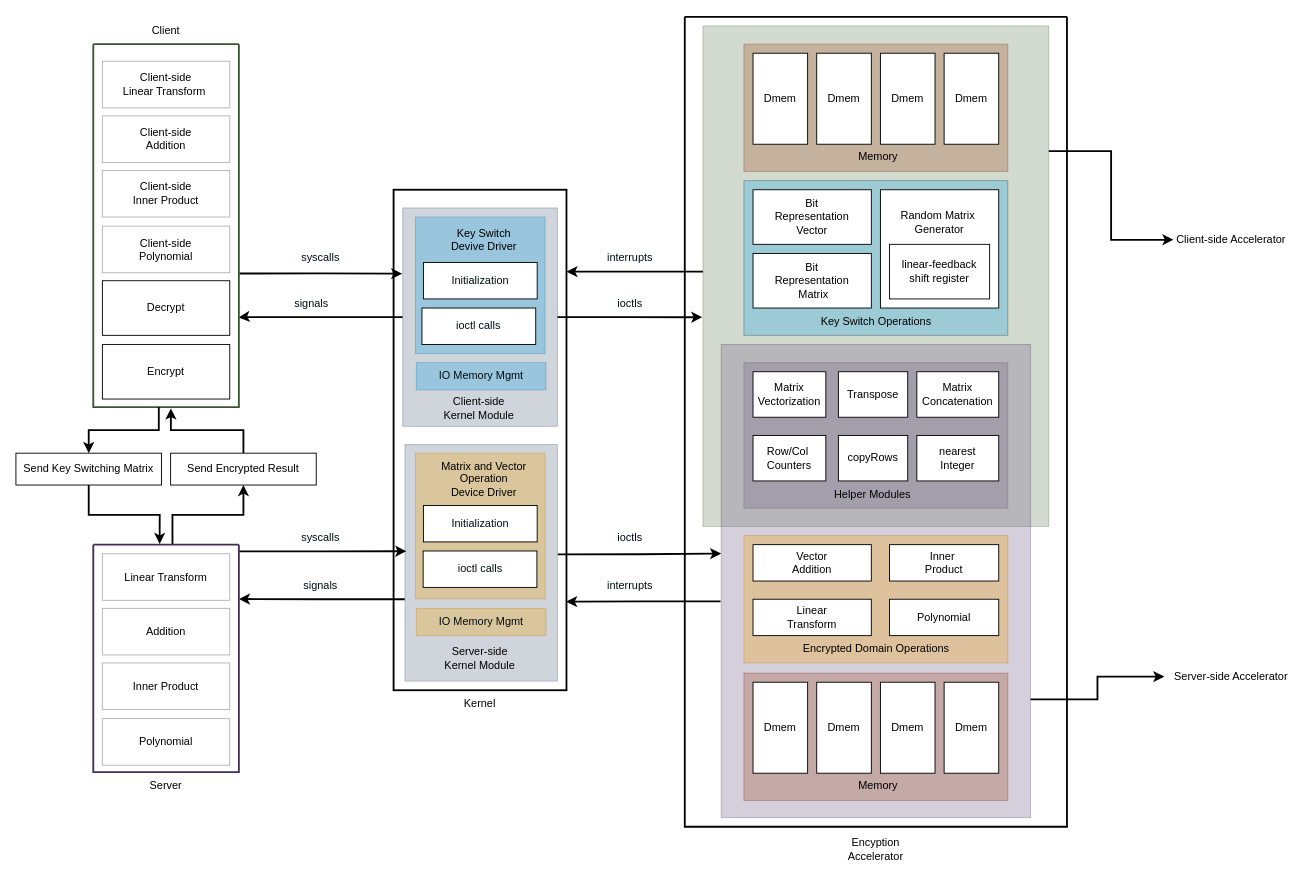
Before: Design_Overview.drawio in helloworld1921/Fully_Homomorphic_Encryption_Accelerator, a draw.io diagram. Source tidied: cells renumbered, new cells numbered last; positions are measured from the earlier drawing's top-left corner, leaving out a move shared by most shapes. Both pictures are drawn from the tidied source at 91%, with x=0, y=0 at pixel (15, 16).
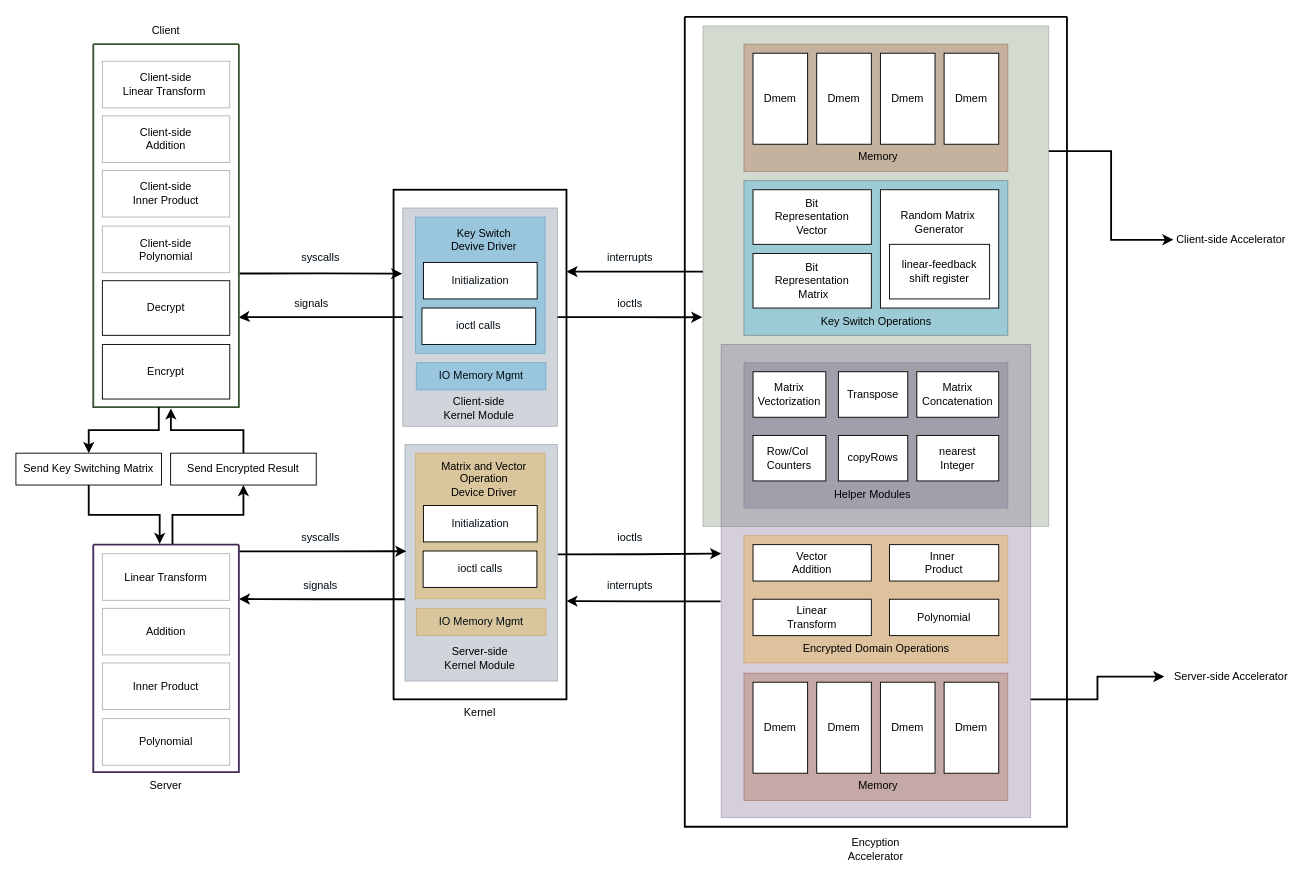
After the change.

Unchanged cells that the change refers to:
```xml
<mxCell id="20" style="rounded=0;whiteSpace=wrap;html=1;strokeWidth=1;opacity=30;fillColor=#76608a;fontColor=#ffffff;strokeColor=#432D57;" parent="17" vertex="1">
  <mxGeometry x="40" y="360" width="340" height="520" as="geometry" />
</mxCell>
```

Change to the diagram source:
```diff
@@
     <mxCell id="2" style="rounded=0;whiteSpace=wrap;html=1;strokeWidth=2;" parent="1" vertex="1">
-      <mxGeometry x="415" y="190" width="190" height="550" as="geometry" />
+      <mxGeometry x="415" y="190" width="190" height="560" as="geometry" />
     </mxCell>
@@
     <mxCell id="57" value="Kernel" style="text;html=1;strokeColor=none;fillColor=none;align=center;verticalAlign=middle;whiteSpace=wrap;rounded=0;" parent="1" vertex="1">
-      <mxGeometry x="480" y="740" width="60" height="30" as="geometry" />
+      <mxGeometry x="480" y="750" width="60" height="30" as="geometry" />
     </mxCell>
@@
-    <mxCell id="91" style="edgeStyle=orthogonalEdgeStyle;rounded=0;jettySize=auto;html=1;exitX=-0.002;exitY=0.543;exitDx=0;exitDy=0;fontColor=#000D14;strokeWidth=2;exitPerimeter=0;entryX=0.998;entryY=0.823;entryDx=0;entryDy=0;entryPerimeter=0;" parent="1" edge="1" source="20" target="2">
-      <mxGeometry relative="1" as="geometry" />
+    <mxCell id="91" style="edgeStyle=orthogonalEdgeStyle;rounded=0;jettySize=auto;html=1;exitX=-0.002;exitY=0.543;exitDx=0;exitDy=0;fontColor=#000D14;strokeWidth=2;exitPerimeter=0;" parent="1" edge="1" source="20">
+      <mxGeometry relative="1" as="geometry">
+        <mxPoint x="605" y="642" as="targetPoint" />
+      </mxGeometry>
     </mxCell>
```
